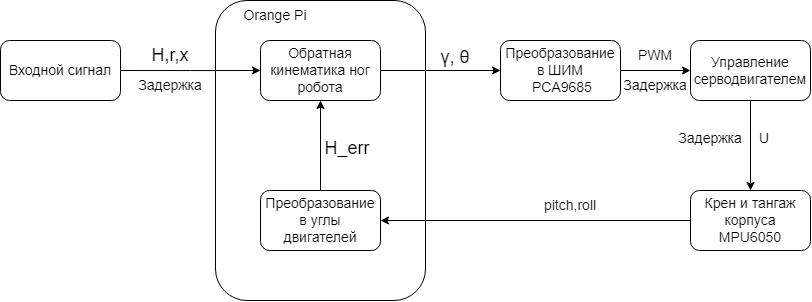
Before: img/arch_new.png, a diagram exported from draw.io (POMBNK/Diploma-2.0). Source tidied: cells renumbered, new cells last; positions are measured from the earlier drawing's top-left corner, leaving out a move shared by most shapes.
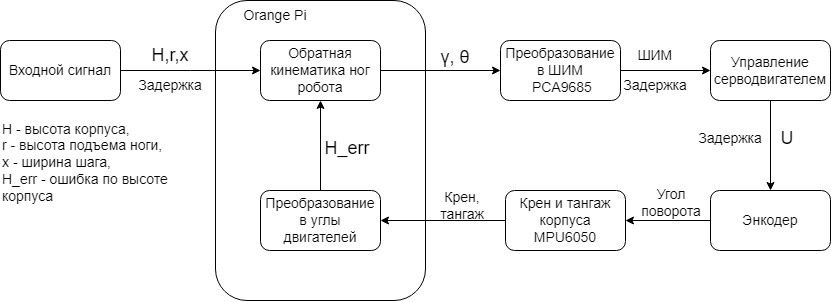
The same file after the commit.

What changed in the source:
```diff
@@ -22,14 +22,14 @@
     <mxCell id="7" value="&lt;font style=&quot;font-size: 14px;&quot;&gt;Преобразование в ШИМ&lt;br&gt;&amp;nbsp;PCA9685&lt;/font&gt;" style="rounded=1;whiteSpace=wrap;html=1;" parent="1" vertex="1">
       <mxGeometry x="500" y="40" width="120" height="60" as="geometry" />
     </mxCell>
-    <mxCell id="8" value="&lt;font style=&quot;font-size: 14px;&quot;&gt;U&lt;/font&gt;" style="text;html=1;strokeColor=none;fillColor=none;align=center;verticalAlign=middle;whiteSpace=wrap;rounded=0;" parent="1" vertex="1">
-      <mxGeometry x="747" y="129" width="34" height="17" as="geometry" />
+    <mxCell id="8" value="&lt;font style=&quot;font-size: 18px;&quot;&gt;U&lt;/font&gt;" style="text;html=1;strokeColor=none;fillColor=none;align=center;verticalAlign=middle;whiteSpace=wrap;rounded=0;" parent="1" vertex="1">
+      <mxGeometry x="770" y="129.5" width="34" height="17" as="geometry" />
     </mxCell>
-    <mxCell id="9" style="edgeStyle=orthogonalEdgeStyle;rounded=0;jettySize=auto;html=1;exitX=0.5;exitY=1;exitDx=0;exitDy=0;entryX=0.5;entryY=0;entryDx=0;entryDy=0;" parent="1" edge="1" source="10" target="13">
-      <mxGeometry relative="1" as="geometry" />
-    </mxCell>
+    <mxCell id="25" style="edgeStyle=orthogonalEdgeStyle;rounded=0;jettySize=auto;html=1;exitX=0.5;exitY=1;exitDx=0;exitDy=0;entryX=0.5;entryY=0;entryDx=0;entryDy=0;" parent="1" edge="1" source="10" target="27">
+      <mxGeometry relative="1" as="geometry" />
+    </mxCell>
     <mxCell id="10" value="&lt;font style=&quot;font-size: 14px;&quot;&gt;Управление серводвигателем&lt;/font&gt;" style="rounded=1;whiteSpace=wrap;html=1;" parent="1" vertex="1">
-      <mxGeometry x="690" y="40" width="120" height="60" as="geometry" />
+      <mxGeometry x="710" y="40" width="120" height="60" as="geometry" />
     </mxCell>
     <mxCell id="11" value="&lt;font style=&quot;font-size: 14px;&quot;&gt;Задержка&lt;/font&gt;" style="text;html=1;strokeColor=none;fillColor=none;align=center;verticalAlign=middle;whiteSpace=wrap;rounded=0;" parent="1" vertex="1">
       <mxGeometry x="625" y="70" width="60" height="30" as="geometry" />
@@ -38,7 +38,7 @@
       <mxGeometry relative="1" as="geometry" />
     </mxCell>
     <mxCell id="13" value="&lt;font style=&quot;font-size: 14px;&quot;&gt;Крен и тангаж корпуса&lt;br&gt;MPU6050&lt;/font&gt;" style="rounded=1;whiteSpace=wrap;html=1;" parent="1" vertex="1">
-      <mxGeometry x="690" y="190" width="120" height="60" as="geometry" />
+      <mxGeometry x="505" y="190" width="120" height="60" as="geometry" />
     </mxCell>
     <mxCell id="14" style="edgeStyle=orthogonalEdgeStyle;rounded=0;jettySize=auto;html=1;exitX=1;exitY=0.5;exitDx=0;exitDy=0;entryX=0;entryY=0.5;entryDx=0;entryDy=0;" parent="1" edge="1" source="15" target="7">
       <mxGeometry relative="1" as="geometry" />
@@ -55,23 +55,35 @@
     <mxCell id="18" value="&lt;font style=&quot;font-size: 14px;&quot;&gt;Orange Pi&lt;/font&gt;" style="text;html=1;strokeColor=none;fillColor=none;align=center;verticalAlign=middle;whiteSpace=wrap;rounded=0;" parent="1" vertex="1">
       <mxGeometry x="230" width="90" height="30" as="geometry" />
     </mxCell>
-    <mxCell id="19" value="&lt;font style=&quot;font-size: 14px;&quot;&gt;PWM&lt;/font&gt;" style="text;html=1;strokeColor=none;fillColor=none;align=center;verticalAlign=middle;whiteSpace=wrap;rounded=0;" parent="1" vertex="1">
+    <mxCell id="19" value="&lt;font style=&quot;font-size: 14px;&quot;&gt;ШИМ&lt;/font&gt;" style="text;html=1;strokeColor=none;fillColor=none;align=center;verticalAlign=middle;whiteSpace=wrap;rounded=0;" parent="1" vertex="1">
       <mxGeometry x="625" y="40" width="60" height="30" as="geometry" />
     </mxCell>
     <mxCell id="20" value="&lt;font style=&quot;font-size: 18px;&quot;&gt;γ,&amp;nbsp;θ&lt;/font&gt;" style="text;html=1;strokeColor=none;fillColor=none;align=center;verticalAlign=middle;whiteSpace=wrap;rounded=0;" parent="1" vertex="1">
       <mxGeometry x="445" y="52" width="20" height="10" as="geometry" />
     </mxCell>
-    <mxCell id="21" value="&lt;font style=&quot;font-size: 14px;&quot;&gt;pitch,roll&lt;/font&gt;" style="text;html=1;strokeColor=none;fillColor=none;align=center;verticalAlign=middle;whiteSpace=wrap;rounded=0;" parent="1" vertex="1">
-      <mxGeometry x="540" y="190" width="60" height="30" as="geometry" />
+    <mxCell id="21" value="&lt;font style=&quot;font-size: 14px;&quot;&gt;Крен, &lt;br&gt;тангаж&lt;/font&gt;" style="text;html=1;strokeColor=none;fillColor=none;align=center;verticalAlign=middle;whiteSpace=wrap;rounded=0;" parent="1" vertex="1">
+      <mxGeometry x="432" y="190" width="60" height="30" as="geometry" />
     </mxCell>
     <mxCell id="22" value="&lt;font style=&quot;font-size: 18px;&quot;&gt;H_err&lt;/font&gt;" style="text;html=1;strokeColor=none;fillColor=none;align=center;verticalAlign=middle;whiteSpace=wrap;rounded=0;" parent="1" vertex="1">
       <mxGeometry x="337" y="143" width="20" height="10" as="geometry" />
     </mxCell>
     <mxCell id="23" value="&lt;font style=&quot;font-size: 14px;&quot;&gt;Задержка&lt;/font&gt;" style="text;html=1;strokeColor=none;fillColor=none;align=center;verticalAlign=middle;whiteSpace=wrap;rounded=0;" parent="1" vertex="1">
-      <mxGeometry x="680" y="123" width="60" height="30" as="geometry" />
+      <mxGeometry x="700" y="123" width="60" height="30" as="geometry" />
     </mxCell>
     <mxCell id="24" value="&lt;font style=&quot;font-size: 18px;&quot;&gt;H,r,x&lt;/font&gt;" style="text;html=1;strokeColor=none;fillColor=none;align=center;verticalAlign=middle;whiteSpace=wrap;rounded=0;" parent="1" vertex="1">
       <mxGeometry x="160" y="50" width="20" height="10" as="geometry" />
     </mxCell>
+    <mxCell id="26" style="edgeStyle=orthogonalEdgeStyle;rounded=0;jettySize=auto;html=1;exitX=0;exitY=0.5;exitDx=0;exitDy=0;entryX=1;entryY=0.5;entryDx=0;entryDy=0;" parent="1" edge="1" source="27" target="13">
+      <mxGeometry relative="1" as="geometry" />
+    </mxCell>
+    <mxCell id="27" value="&lt;font style=&quot;font-size: 14px;&quot;&gt;Энкодер&lt;/font&gt;" style="rounded=1;whiteSpace=wrap;html=1;" parent="1" vertex="1">
+      <mxGeometry x="710" y="190" width="120" height="60" as="geometry" />
+    </mxCell>
+    <mxCell id="28" value="&lt;font style=&quot;font-size: 14px;&quot;&gt;Угол поворота&lt;/font&gt;" style="text;html=1;strokeColor=none;fillColor=none;align=center;verticalAlign=middle;whiteSpace=wrap;rounded=0;" parent="1" vertex="1">
+      <mxGeometry x="641" y="187" width="60" height="30" as="geometry" />
+    </mxCell>
+    <mxCell id="29" value="&lt;font style=&quot;&quot;&gt;&lt;font style=&quot;font-size: 14px;&quot;&gt;H - высота корпуса,&lt;br&gt;r - высота подъема ноги,&lt;br&gt;x - ширина шага,&lt;br&gt;H_err - ошибка по высоте корпуса&lt;/font&gt;&lt;br&gt;&lt;/font&gt;" style="text;html=1;strokeColor=none;fillColor=none;align=left;verticalAlign=middle;whiteSpace=wrap;rounded=0;" parent="1" vertex="1">
+      <mxGeometry y="123" width="210" height="77" as="geometry" />
+    </mxCell>
   </root>
 </mxGraphModel>
```
